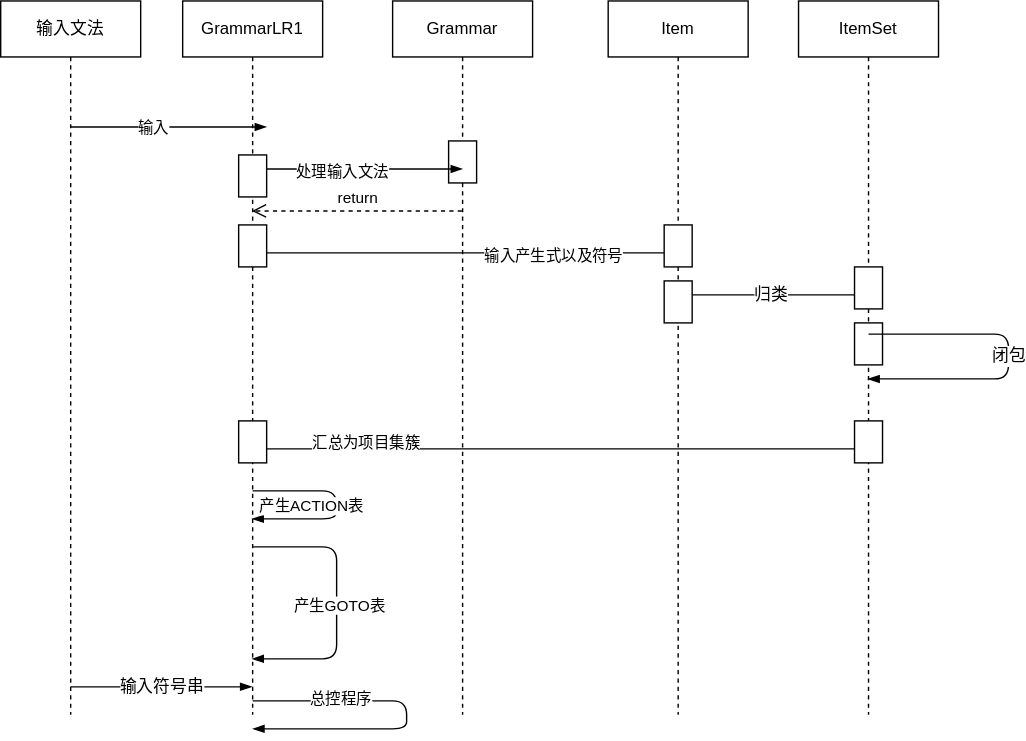
yuzhi535/compiler keeps this draw.io diagram as numberEight/sequence.svg. Above is the earlier version. Source tidied: cells renumbered, new cells last; positions are measured from the earlier drawing's top-left corner, leaving out a move shared by most shapes.
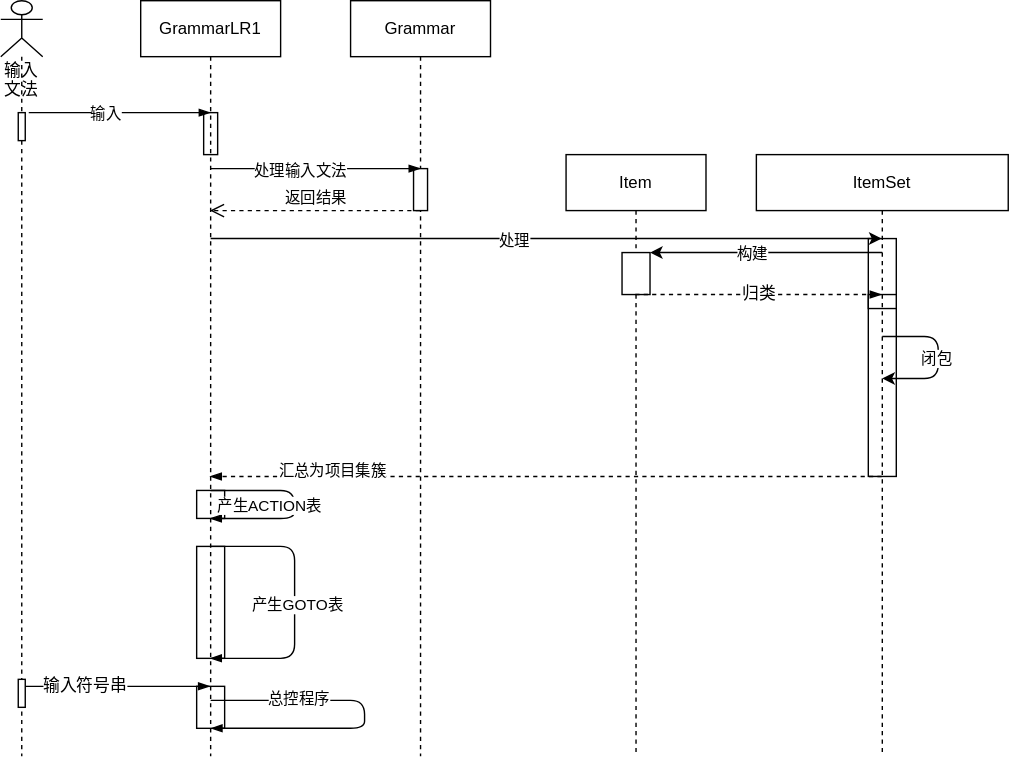
After the commit.

What changed in the source:
```diff
@@ -2,26 +2,33 @@
   <root>
     <mxCell id="0" />
     <mxCell id="1" parent="0" />
+    <mxCell id="34" style="rounded=0;whiteSpace=wrap;html=1;" parent="1" vertex="1">
+      <mxGeometry x="170" y="490" width="20" height="30" as="geometry" />
+    </mxCell>
+    <mxCell id="35" style="rounded=0;whiteSpace=wrap;html=1;" parent="1" vertex="1">
+      <mxGeometry x="170" y="390" width="20" height="80" as="geometry" />
+    </mxCell>
+    <mxCell id="36" style="rounded=0;whiteSpace=wrap;html=1;" parent="1" vertex="1">
+      <mxGeometry x="170" y="350" width="20" height="20" as="geometry" />
+    </mxCell>
+    <mxCell id="37" style="rounded=0;whiteSpace=wrap;html=1;" parent="1" vertex="1">
+      <mxGeometry x="650" y="170" width="20" height="170" as="geometry" />
+    </mxCell>
+    <mxCell id="38" style="rounded=0;whiteSpace=wrap;html=1;" parent="1" vertex="1">
+      <mxGeometry x="175" y="80" width="10" height="30" as="geometry" />
+    </mxCell>
+    <mxCell id="25" style="rounded=0;whiteSpace=wrap;html=1;" parent="1" vertex="1">
+      <mxGeometry x="650" y="210" width="20" height="10" as="geometry" />
+    </mxCell>
     <mxCell id="2" value="Grammar" style="shape=umlLifeline;perimeter=lifelinePerimeter;whiteSpace=wrap;html=1;outlineConnect=0;" parent="1" vertex="1">
-      <mxGeometry x="280" width="100" height="510" as="geometry" />
+      <mxGeometry x="280" width="100" height="540" as="geometry" />
     </mxCell>
     <mxCell id="3" style="rounded=0;whiteSpace=wrap;html=1;" parent="2" vertex="1">
-      <mxGeometry x="40" y="100" width="20" height="30" as="geometry" />
+      <mxGeometry x="45" y="120" width="10" height="30" as="geometry" />
     </mxCell>
     <mxCell id="4" value="GrammarLR1" style="shape=umlLifeline;perimeter=lifelinePerimeter;whiteSpace=wrap;html=1;outlineConnect=0;" parent="1" vertex="1">
-      <mxGeometry x="130" width="100" height="510" as="geometry" />
+      <mxGeometry x="130" width="100" height="540" as="geometry" />
     </mxCell>
-    <mxCell id="5" style="edgeStyle=elbowEdgeStyle;fontSize=12;html=1;endArrow=blockThin;endFill=1;" parent="4" edge="1" target="9">
-      <mxGeometry relative="1" as="geometry">
-        <mxPoint x="50" y="180" as="sourcePoint" />
-        <Array as="points">
-          <mxPoint x="230" y="180" />
-        </Array>
-      </mxGeometry>
-    </mxCell>
-    <mxCell id="6" value="输入产生式以及符号" style="edgeLabel;html=1;align=center;verticalAlign=middle;" parent="5" vertex="1">
-      <mxGeometry x="0.41" y="-1" relative="1" as="geometry" />
-    </mxCell>
     <mxCell id="7" style="edgeStyle=elbowEdgeStyle;fontSize=12;html=1;endArrow=blockThin;endFill=1;" parent="4" edge="1" target="4">
       <mxGeometry relative="1" as="geometry">
         <mxPoint x="50" y="350" as="sourcePoint" />
@@ -36,35 +43,27 @@
       </mxGeometry>
     </mxCell>
     <mxCell id="9" value="Item" style="shape=umlLifeline;perimeter=lifelinePerimeter;whiteSpace=wrap;html=1;outlineConnect=0;" parent="1" vertex="1">
-      <mxGeometry x="434" width="100" height="510" as="geometry" />
+      <mxGeometry x="434" y="110" width="100" height="430" as="geometry" />
     </mxCell>
-    <mxCell id="10" value="归类" style="edgeStyle=elbowEdgeStyle;fontSize=12;html=1;endArrow=blockThin;endFill=1;elbow=horizontal;" parent="9" edge="1" target="11">
-      <mxGeometry relative="1" as="geometry">
-        <mxPoint x="46" y="210" as="sourcePoint" />
-        <Array as="points">
-          <mxPoint x="146" y="195" />
-          <mxPoint x="116" y="210" />
-        </Array>
-      </mxGeometry>
-    </mxCell>
     <mxCell id="11" value="ItemSet" style="shape=umlLifeline;perimeter=lifelinePerimeter;whiteSpace=wrap;html=1;outlineConnect=0;" parent="1" vertex="1">
-      <mxGeometry x="570" width="100" height="510" as="geometry" />
+      <mxGeometry x="570" y="110" width="180" height="430" as="geometry" />
     </mxCell>
-    <mxCell id="12" value="输入文法" style="shape=umlLifeline;perimeter=lifelinePerimeter;whiteSpace=wrap;html=1;" parent="1" vertex="1">
-      <mxGeometry width="100" height="510" as="geometry" />
+    <mxCell id="12" value="输入文法" style="shape=umlLifeline;participant=umlActor;perimeter=lifelinePerimeter;whiteSpace=wrap;html=1;verticalAlign=top;spacingTop=36;" parent="1" vertex="1">
+      <mxGeometry x="30" width="30" height="540" as="geometry" />
     </mxCell>
     <mxCell id="13" value="输入符号串" style="edgeStyle=elbowEdgeStyle;fontSize=12;html=1;endArrow=blockThin;endFill=1;" parent="12" edge="1" target="4">
       <mxGeometry relative="1" as="geometry">
         <mxPoint x="50" y="490" as="sourcePoint" />
         <Array as="points">
+          <mxPoint x="10" y="490" />
           <mxPoint x="140" y="480" />
         </Array>
       </mxGeometry>
     </mxCell>
     <mxCell id="14" style="edgeStyle=elbowEdgeStyle;fontSize=12;html=1;endArrow=blockThin;endFill=1;" parent="1" edge="1">
       <mxGeometry relative="1" as="geometry">
-        <mxPoint x="50" y="90" as="sourcePoint" />
-        <mxPoint x="190" y="90" as="targetPoint" />
+        <mxPoint x="50" y="80" as="sourcePoint" />
+        <mxPoint x="180" y="80" as="targetPoint" />
       </mxGeometry>
     </mxCell>
     <mxCell id="15" value="输入" style="edgeLabel;html=1;align=center;verticalAlign=middle;" parent="14" vertex="1">
@@ -79,17 +78,18 @@
     <mxCell id="17" value="处理输入文法" style="edgeLabel;html=1;align=center;verticalAlign=middle;" parent="16" vertex="1">
       <mxGeometry x="-0.16" y="-1" relative="1" as="geometry" />
     </mxCell>
-    <mxCell id="18" value="return" style="html=1;verticalAlign=bottom;endArrow=open;dashed=1;endSize=8;" parent="1" edge="1" source="2" target="4">
+    <mxCell id="18" value="返回结果" style="html=1;verticalAlign=bottom;endArrow=open;dashed=1;endSize=8;" parent="1" edge="1" source="2" target="4">
       <mxGeometry relative="1" as="geometry">
         <Array as="points">
           <mxPoint x="290" y="150" />
         </Array>
       </mxGeometry>
     </mxCell>
-    <mxCell id="19" style="edgeStyle=elbowEdgeStyle;fontSize=12;html=1;endArrow=blockThin;endFill=1;" parent="1" edge="1" source="11" target="4">
+    <mxCell id="19" style="edgeStyle=elbowEdgeStyle;fontSize=12;html=1;endArrow=blockThin;endFill=1;dashed=1;" parent="1" edge="1" source="11" target="4">
       <mxGeometry relative="1" as="geometry">
         <Array as="points">
-          <mxPoint x="550" y="320" />
+          <mxPoint x="460" y="340" />
+          <mxPoint x="550" y="360" />
           <mxPoint x="380" y="300" />
           <mxPoint x="350" y="280" />
         </Array>
@@ -100,38 +100,6 @@
         <mxPoint x="12" y="-8" as="offset" />
       </mxGeometry>
     </mxCell>
-    <mxCell id="21" style="rounded=0;whiteSpace=wrap;html=1;" parent="1" vertex="1">
-      <mxGeometry x="170" y="110" width="20" height="30" as="geometry" />
-    </mxCell>
-    <mxCell id="22" style="rounded=0;whiteSpace=wrap;html=1;" parent="1" vertex="1">
-      <mxGeometry x="170" y="160" width="20" height="30" as="geometry" />
-    </mxCell>
-    <mxCell id="23" style="rounded=0;whiteSpace=wrap;html=1;" parent="1" vertex="1">
-      <mxGeometry x="474" y="160" width="20" height="30" as="geometry" />
-    </mxCell>
-    <mxCell id="24" style="rounded=0;whiteSpace=wrap;html=1;" parent="1" vertex="1">
-      <mxGeometry x="474" y="200" width="20" height="30" as="geometry" />
-    </mxCell>
-    <mxCell id="25" style="rounded=0;whiteSpace=wrap;html=1;" parent="1" vertex="1">
-      <mxGeometry x="610" y="190" width="20" height="30" as="geometry" />
-    </mxCell>
-    <mxCell id="26" style="rounded=0;whiteSpace=wrap;html=1;" parent="1" vertex="1">
-      <mxGeometry x="610" y="230" width="20" height="30" as="geometry" />
-    </mxCell>
-    <mxCell id="27" style="rounded=0;whiteSpace=wrap;html=1;" parent="1" vertex="1">
-      <mxGeometry x="610" y="300" width="20" height="30" as="geometry" />
-    </mxCell>
-    <mxCell id="28" style="rounded=0;whiteSpace=wrap;html=1;" parent="1" vertex="1">
-      <mxGeometry x="170" y="300" width="20" height="30" as="geometry" />
-    </mxCell>
-    <mxCell id="29" value="闭包" style="edgeStyle=elbowEdgeStyle;fontSize=12;html=1;endArrow=blockThin;endFill=1;" parent="1" edge="1" target="11">
-      <mxGeometry relative="1" as="geometry">
-        <mxPoint x="620" y="238" as="sourcePoint" />
-        <Array as="points">
-          <mxPoint x="720" y="270" />
-        </Array>
-      </mxGeometry>
-    </mxCell>
     <mxCell id="30" style="edgeStyle=elbowEdgeStyle;fontSize=12;html=1;endArrow=blockThin;endFill=1;" parent="1" edge="1" target="4">
       <mxGeometry relative="1" as="geometry">
         <mxPoint x="180" y="390" as="sourcePoint" />
@@ -160,5 +128,53 @@
     <mxCell id="33" value="总控程序" style="edgeLabel;html=1;align=center;verticalAlign=middle;" parent="32" vertex="1">
       <mxGeometry x="-0.48" y="2" relative="1" as="geometry" />
     </mxCell>
+    <mxCell id="23" style="rounded=0;whiteSpace=wrap;html=1;" parent="1" vertex="1">
+      <mxGeometry x="474" y="180" width="20" height="30" as="geometry" />
+    </mxCell>
+    <mxCell id="39" style="endArrow=classic;html=1;" parent="1" edge="1" target="11">
+      <mxGeometry relative="1" as="geometry">
+        <mxPoint x="180" y="170" as="sourcePoint" />
+      </mxGeometry>
+    </mxCell>
+    <mxCell id="40" value="处理" style="edgeLabel;html=1;align=center;verticalAlign=middle;" parent="39" vertex="1">
+      <mxGeometry x="-0.1" y="-1" relative="1" as="geometry" />
+    </mxCell>
+    <mxCell id="41" style="endArrow=classic;html=1;entryX=1;entryY=0;entryDx=0;entryDy=0;" parent="1" edge="1" target="23">
+      <mxGeometry relative="1" as="geometry">
+        <mxPoint x="660" y="180" as="sourcePoint" />
+      </mxGeometry>
+    </mxCell>
+    <mxCell id="42" value="构建" style="edgeLabel;html=1;align=center;verticalAlign=middle;" parent="41" vertex="1">
+      <mxGeometry x="0.13" relative="1" as="geometry" />
+    </mxCell>
+    <mxCell id="43" style="edgeStyle=none;html=1;" parent="1" edge="1">
+      <mxGeometry relative="1" as="geometry">
+        <mxPoint x="660" y="240" as="sourcePoint" />
+        <mxPoint x="660" y="270" as="targetPoint" />
+        <Array as="points">
+          <mxPoint x="700" y="240" />
+          <mxPoint x="700" y="270" />
+        </Array>
+      </mxGeometry>
+    </mxCell>
+    <mxCell id="29" value="闭包" style="edgeLabel;html=1;align=center;verticalAlign=middle;" parent="43" vertex="1">
+      <mxGeometry y="-2" relative="1" as="geometry" />
+    </mxCell>
+    <mxCell id="10" value="归类" style="edgeStyle=elbowEdgeStyle;fontSize=12;html=1;endArrow=blockThin;endFill=1;elbow=horizontal;dashed=1;" parent="1" edge="1" source="9" target="11">
+      <mxGeometry relative="1" as="geometry">
+        <Array as="points">
+          <mxPoint x="540" y="210" />
+          <mxPoint x="540" y="230" />
+          <mxPoint x="580" y="305" />
+          <mxPoint x="550" y="320" />
+        </Array>
+      </mxGeometry>
+    </mxCell>
+    <mxCell id="44" style="rounded=0;whiteSpace=wrap;html=1;" parent="1" vertex="1">
+      <mxGeometry x="42.5" y="80" width="5" height="20" as="geometry" />
+    </mxCell>
+    <mxCell id="45" style="rounded=0;whiteSpace=wrap;html=1;" parent="1" vertex="1">
+      <mxGeometry x="42.5" y="485" width="5" height="20" as="geometry" />
+    </mxCell>
   </root>
 </mxGraphModel>
```
